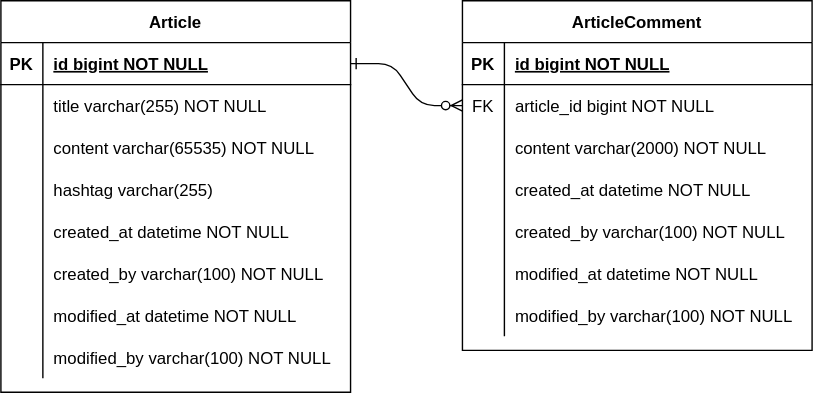
The draw.io diagram document/fc-board-erd.svg in bookpark/fc-board, before a commit. Source tidied: cells renumbered, new cells last; positions are measured from the earlier drawing's top-left corner, leaving out a move shared by most shapes.
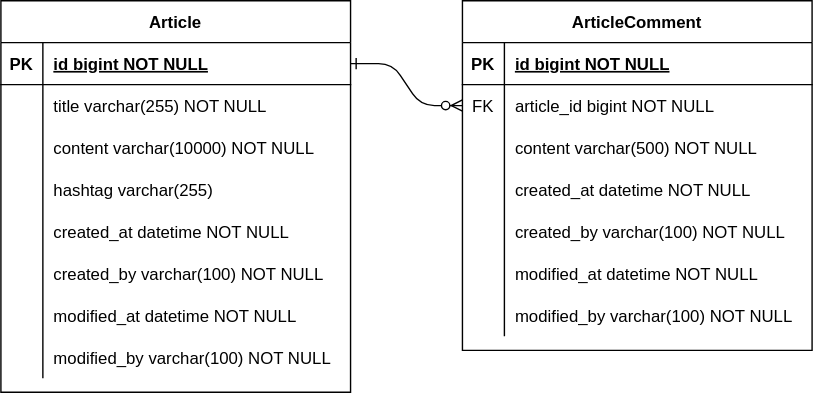
The same diagram one commit later.

Commit message:
#10 - ERD 업데이트: content 사이즈 변경

Change to the diagram source:
```diff
@@ -32,7 +32,7 @@
     <mxCell id="11" style="shape=partialRectangle;overflow=hidden;fillColor=none;top=0;left=0;bottom=0;right=0;" parent="10" vertex="1">
       <mxGeometry width="30" height="30" as="geometry" />
     </mxCell>
-    <mxCell id="12" value="content varchar(2000) NOT NULL" style="shape=partialRectangle;overflow=hidden;fillColor=none;top=0;left=0;bottom=0;right=0;align=left;spacingLeft=6;" parent="10" vertex="1">
+    <mxCell id="12" value="content varchar(500) NOT NULL" style="shape=partialRectangle;overflow=hidden;fillColor=none;top=0;left=0;bottom=0;right=0;align=left;spacingLeft=6;" parent="10" vertex="1">
       <mxGeometry x="30" width="220" height="30" as="geometry" />
     </mxCell>
     <mxCell id="13" style="shape=partialRectangle;fillColor=none;top=0;left=0;right=0;bottom=0;" parent="3" vertex="1">
@@ -98,7 +98,7 @@
     <mxCell id="33" style="shape=partialRectangle;overflow=hidden;fillColor=none;top=0;left=0;bottom=0;right=0;" parent="32" vertex="1">
       <mxGeometry width="30" height="30" as="geometry" />
     </mxCell>
-    <mxCell id="34" value="content varchar(65535) NOT NULL" style="shape=partialRectangle;overflow=hidden;fillColor=none;top=0;left=0;bottom=0;right=0;align=left;spacingLeft=6;" parent="32" vertex="1">
+    <mxCell id="34" value="content varchar(10000) NOT NULL" style="shape=partialRectangle;overflow=hidden;fillColor=none;top=0;left=0;bottom=0;right=0;align=left;spacingLeft=6;" parent="32" vertex="1">
       <mxGeometry x="30" width="220" height="30" as="geometry" />
     </mxCell>
     <mxCell id="35" style="shape=partialRectangle;fillColor=none;top=0;left=0;right=0;bottom=0;" parent="25" vertex="1">
```
